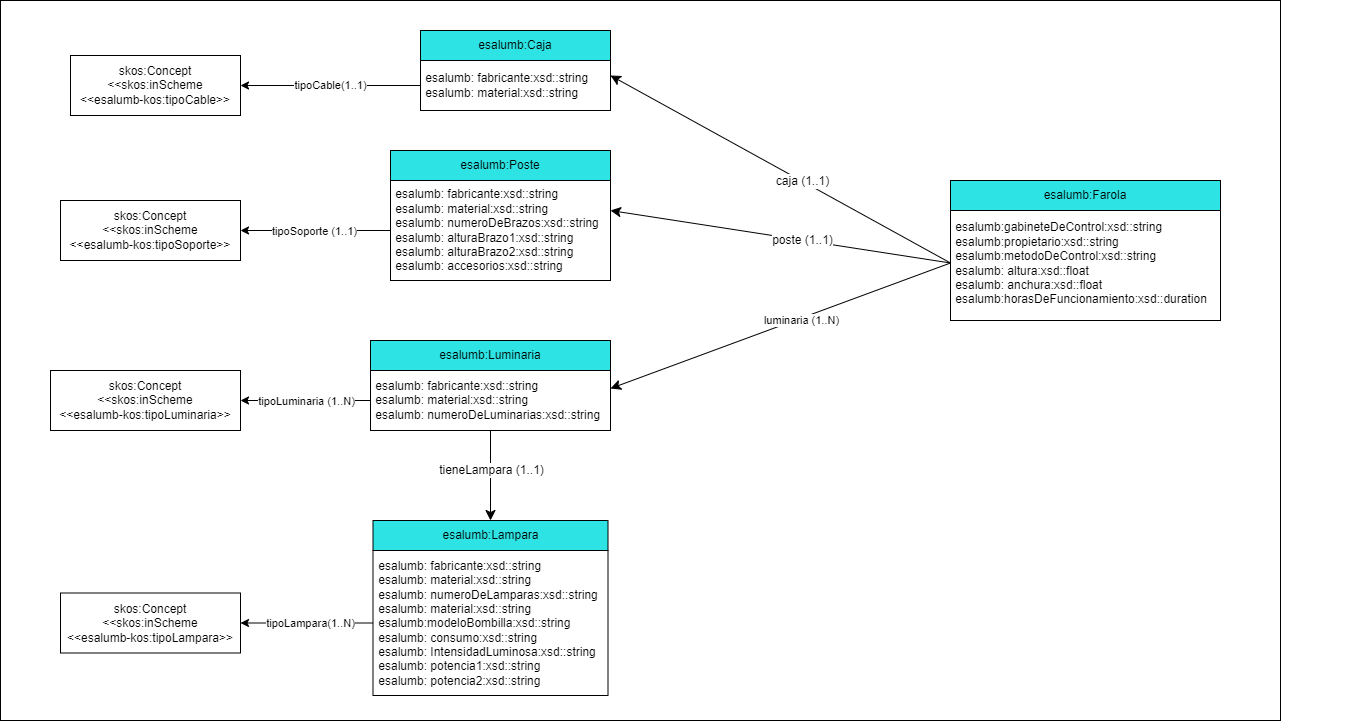
Before: resources/images/partes Farola.png, a diagram exported from draw.io (MMB99/Alumbrado). Source tidied: cells renumbered, new cells last; positions are measured from the earlier drawing's top-left corner, leaving out a move shared by most shapes.
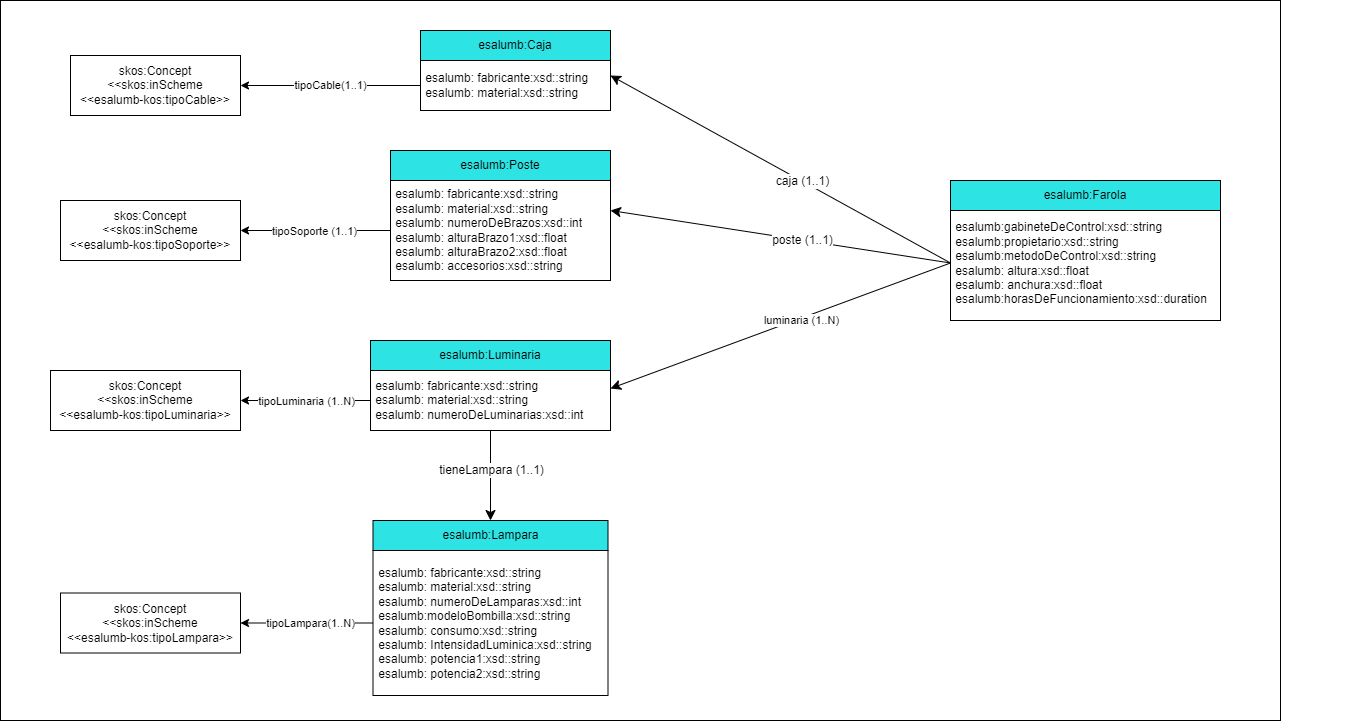
After the change.

Diff of the diagram source:
```diff
@@ -26,19 +26,19 @@
     <mxCell id="8" value="esalumb:Caja" style="rounded=0;whiteSpace=wrap;html=1;fillColor=#2DE3E3;" parent="1" vertex="1">
       <mxGeometry x="420" y="30" width="190" height="30" as="geometry" />
     </mxCell>
-    <mxCell id="9" value="&lt;div style=&quot;&quot;&gt;&lt;span style=&quot;background-color: initial;&quot;&gt;&amp;nbsp;esalumb: fabricante:xsd::string&lt;/span&gt;&lt;/div&gt;&lt;div style=&quot;&quot;&gt;&lt;span style=&quot;background-color: initial;&quot;&gt;&amp;nbsp;esalumb: material:xsd::string&lt;/span&gt;&lt;/div&gt;&lt;div style=&quot;&quot;&gt;&lt;span style=&quot;background-color: initial;&quot;&gt;&amp;nbsp;esalumb: numeroDeBrazos:xsd::string&lt;/span&gt;&lt;/div&gt;&lt;div style=&quot;&quot;&gt;&lt;span style=&quot;background-color: initial;&quot;&gt;&amp;nbsp;esalumb: alturaBrazo1:xsd::string&lt;/span&gt;&lt;/div&gt;&lt;div style=&quot;&quot;&gt;&lt;span style=&quot;background-color: initial;&quot;&gt;&amp;nbsp;esalumb: alturaBrazo2:xsd::string&lt;/span&gt;&lt;/div&gt;&lt;div style=&quot;&quot;&gt;&lt;span style=&quot;background-color: initial;&quot;&gt;&amp;nbsp;esalumb: accesorios:xsd::string&lt;/span&gt;&lt;/div&gt;" style="rounded=0;whiteSpace=wrap;html=1;snapToPoint=1;points=[[0.1,0],[0.2,0],[0.3,0],[0.4,0],[0.5,0],[0.6,0],[0.7,0],[0.8,0],[0.9,0],[0,0.1],[0,0.3],[0,0.5],[0,0.7],[0,0.9],[0.1,1],[0.2,1],[0.3,1],[0.4,1],[0.5,1],[0.6,1],[0.7,1],[0.8,1],[0.9,1],[1,0.1],[1,0.3],[1,0.5],[1,0.7],[1,0.9]];fillColor=#FFFFFF;align=left;" parent="1" vertex="1">
+    <mxCell id="9" value="&lt;div style=&quot;&quot;&gt;&lt;span style=&quot;background-color: initial;&quot;&gt;&amp;nbsp;esalumb: fabricante:xsd::string&lt;/span&gt;&lt;/div&gt;&lt;div style=&quot;&quot;&gt;&lt;span style=&quot;background-color: initial;&quot;&gt;&amp;nbsp;esalumb: material:xsd::string&lt;/span&gt;&lt;/div&gt;&lt;div style=&quot;&quot;&gt;&lt;span style=&quot;background-color: initial;&quot;&gt;&amp;nbsp;esalumb: numeroDeBrazos:xsd::int&lt;/span&gt;&lt;/div&gt;&lt;div style=&quot;&quot;&gt;&lt;span style=&quot;background-color: initial;&quot;&gt;&amp;nbsp;esalumb: alturaBrazo1:xsd::float&lt;/span&gt;&lt;/div&gt;&lt;div style=&quot;&quot;&gt;&lt;span style=&quot;background-color: initial;&quot;&gt;&amp;nbsp;esalumb: alturaBrazo2:xsd::float&lt;/span&gt;&lt;/div&gt;&lt;div style=&quot;&quot;&gt;&lt;span style=&quot;background-color: initial;&quot;&gt;&amp;nbsp;esalumb: accesorios:xsd::string&lt;/span&gt;&lt;/div&gt;" style="rounded=0;whiteSpace=wrap;html=1;snapToPoint=1;points=[[0.1,0],[0.2,0],[0.3,0],[0.4,0],[0.5,0],[0.6,0],[0.7,0],[0.8,0],[0.9,0],[0,0.1],[0,0.3],[0,0.5],[0,0.7],[0,0.9],[0.1,1],[0.2,1],[0.3,1],[0.4,1],[0.5,1],[0.6,1],[0.7,1],[0.8,1],[0.9,1],[1,0.1],[1,0.3],[1,0.5],[1,0.7],[1,0.9]];fillColor=#FFFFFF;align=left;" parent="1" vertex="1">
       <mxGeometry x="390" y="180" width="220" height="100" as="geometry" />
     </mxCell>
     <mxCell id="10" value="esalumb&lt;span&gt;:Poste&lt;/span&gt;" style="rounded=0;whiteSpace=wrap;html=1;fillColor=#2DE3E3;" parent="1" vertex="1">
       <mxGeometry x="390" y="150" width="220" height="30" as="geometry" />
     </mxCell>
-    <mxCell id="11" value="&lt;div style=&quot;&quot;&gt;&lt;span style=&quot;background-color: initial;&quot;&gt;&amp;nbsp;esalumb: fabricante:xsd::string&lt;/span&gt;&lt;/div&gt;&lt;div style=&quot;&quot;&gt;&lt;span style=&quot;background-color: initial;&quot;&gt;&amp;nbsp;esalumb: material:xsd::string&lt;/span&gt;&lt;/div&gt;&lt;div style=&quot;&quot;&gt;&lt;span style=&quot;background-color: initial;&quot;&gt;&amp;nbsp;esalumb: numeroDeLuminarias:xsd::string&lt;/span&gt;&lt;/div&gt;" style="rounded=0;whiteSpace=wrap;html=1;snapToPoint=1;points=[[0.1,0],[0.2,0],[0.3,0],[0.4,0],[0.5,0],[0.6,0],[0.7,0],[0.8,0],[0.9,0],[0,0.1],[0,0.3],[0,0.5],[0,0.7],[0,0.9],[0.1,1],[0.2,1],[0.3,1],[0.4,1],[0.5,1],[0.6,1],[0.7,1],[0.8,1],[0.9,1],[1,0.1],[1,0.3],[1,0.5],[1,0.7],[1,0.9]];fillColor=#FFFFFF;align=left;" parent="1" vertex="1">
+    <mxCell id="11" value="&lt;div style=&quot;&quot;&gt;&lt;span style=&quot;background-color: initial;&quot;&gt;&amp;nbsp;esalumb: fabricante:xsd::string&lt;/span&gt;&lt;/div&gt;&lt;div style=&quot;&quot;&gt;&lt;span style=&quot;background-color: initial;&quot;&gt;&amp;nbsp;esalumb: material:xsd::string&lt;/span&gt;&lt;/div&gt;&lt;div style=&quot;&quot;&gt;&lt;span style=&quot;background-color: initial;&quot;&gt;&amp;nbsp;esalumb: numeroDeLuminarias:xsd::int&lt;/span&gt;&lt;/div&gt;" style="rounded=0;whiteSpace=wrap;html=1;snapToPoint=1;points=[[0.1,0],[0.2,0],[0.3,0],[0.4,0],[0.5,0],[0.6,0],[0.7,0],[0.8,0],[0.9,0],[0,0.1],[0,0.3],[0,0.5],[0,0.7],[0,0.9],[0.1,1],[0.2,1],[0.3,1],[0.4,1],[0.5,1],[0.6,1],[0.7,1],[0.8,1],[0.9,1],[1,0.1],[1,0.3],[1,0.5],[1,0.7],[1,0.9]];fillColor=#FFFFFF;align=left;" parent="1" vertex="1">
       <mxGeometry x="370" y="370" width="240" height="60" as="geometry" />
     </mxCell>
     <mxCell id="12" value="esalumb&lt;span&gt;:Luminaria&lt;/span&gt;" style="rounded=0;whiteSpace=wrap;html=1;fillColor=#2DE3E3;" parent="1" vertex="1">
       <mxGeometry x="370" y="340" width="240" height="30" as="geometry" />
     </mxCell>
-    <mxCell id="13" value="&lt;div style=&quot;&quot;&gt;&lt;span style=&quot;background-color: initial;&quot;&gt;&amp;nbsp;esalumb: fabricante:xsd::string&lt;/span&gt;&lt;/div&gt;&lt;div style=&quot;&quot;&gt;&lt;span style=&quot;background-color: initial;&quot;&gt;&amp;nbsp;esalumb: material:xsd::string&lt;/span&gt;&lt;/div&gt;&lt;div style=&quot;&quot;&gt;&lt;span style=&quot;background-color: initial;&quot;&gt;&amp;nbsp;esalumb: numeroDeLamparas:xsd::string&lt;/span&gt;&lt;/div&gt;&lt;div style=&quot;&quot;&gt;&lt;span style=&quot;background-color: initial;&quot;&gt;&amp;nbsp;esalumb: material:xsd::string&lt;/span&gt;&lt;/div&gt;&lt;div style=&quot;&quot;&gt;&lt;span style=&quot;background-color: initial;&quot;&gt;&amp;nbsp;esalumb:modeloBombilla:xsd::string&lt;/span&gt;&lt;/div&gt;&lt;div style=&quot;&quot;&gt;&lt;span style=&quot;background-color: initial;&quot;&gt;&amp;nbsp;esalumb: consumo:xsd::string&lt;/span&gt;&lt;/div&gt;&lt;div style=&quot;&quot;&gt;&lt;span style=&quot;background-color: initial;&quot;&gt;&amp;nbsp;esalumb: IntensidadLuminosa:xsd::string&lt;/span&gt;&lt;/div&gt;&lt;div style=&quot;&quot;&gt;&lt;span style=&quot;background-color: initial;&quot;&gt;&amp;nbsp;esalumb: potencia1:xsd::string&lt;/span&gt;&lt;/div&gt;&lt;div style=&quot;&quot;&gt;&lt;span style=&quot;background-color: initial;&quot;&gt;&amp;nbsp;esalumb: potencia2:xsd::string&lt;/span&gt;&lt;/div&gt;" style="rounded=0;whiteSpace=wrap;html=1;snapToPoint=1;points=[[0.1,0],[0.2,0],[0.3,0],[0.4,0],[0.5,0],[0.6,0],[0.7,0],[0.8,0],[0.9,0],[0,0.1],[0,0.3],[0,0.5],[0,0.7],[0,0.9],[0.1,1],[0.2,1],[0.3,1],[0.4,1],[0.5,1],[0.6,1],[0.7,1],[0.8,1],[0.9,1],[1,0.1],[1,0.3],[1,0.5],[1,0.7],[1,0.9]];fillColor=#FFFFFF;align=left;" parent="1" vertex="1">
+    <mxCell id="13" value="&lt;div style=&quot;&quot;&gt;&lt;span style=&quot;background-color: initial;&quot;&gt;&amp;nbsp;esalumb: fabricante:xsd::string&lt;/span&gt;&lt;/div&gt;&lt;div style=&quot;&quot;&gt;&lt;span style=&quot;background-color: initial;&quot;&gt;&amp;nbsp;esalumb: material:xsd::string&lt;/span&gt;&lt;/div&gt;&lt;div style=&quot;&quot;&gt;&lt;span style=&quot;background-color: initial;&quot;&gt;&amp;nbsp;esalumb: numeroDeLamparas:xsd::int&lt;/span&gt;&lt;/div&gt;&lt;div style=&quot;&quot;&gt;&lt;span style=&quot;background-color: initial;&quot;&gt;&amp;nbsp;esalumb:modeloBombilla:xsd::string&lt;/span&gt;&lt;br&gt;&lt;/div&gt;&lt;div style=&quot;&quot;&gt;&lt;span style=&quot;background-color: initial;&quot;&gt;&amp;nbsp;esalumb: consumo:xsd::string&lt;/span&gt;&lt;/div&gt;&lt;div style=&quot;&quot;&gt;&lt;span style=&quot;background-color: initial;&quot;&gt;&amp;nbsp;esalumb: IntensidadLuminica:xsd::string&lt;/span&gt;&lt;/div&gt;&lt;div style=&quot;&quot;&gt;&lt;span style=&quot;background-color: initial;&quot;&gt;&amp;nbsp;esalumb: potencia1:xsd::string&lt;/span&gt;&lt;/div&gt;&lt;div style=&quot;&quot;&gt;&lt;span style=&quot;background-color: initial;&quot;&gt;&amp;nbsp;esalumb: potencia2:xsd::string&lt;/span&gt;&lt;/div&gt;" style="rounded=0;whiteSpace=wrap;html=1;snapToPoint=1;points=[[0.1,0],[0.2,0],[0.3,0],[0.4,0],[0.5,0],[0.6,0],[0.7,0],[0.8,0],[0.9,0],[0,0.1],[0,0.3],[0,0.5],[0,0.7],[0,0.9],[0.1,1],[0.2,1],[0.3,1],[0.4,1],[0.5,1],[0.6,1],[0.7,1],[0.8,1],[0.9,1],[1,0.1],[1,0.3],[1,0.5],[1,0.7],[1,0.9]];fillColor=#FFFFFF;align=left;" parent="1" vertex="1">
       <mxGeometry x="372.5" y="550" width="235" height="145" as="geometry" />
     </mxCell>
     <mxCell id="14" value="esalumb&lt;span&gt;:Lampara&lt;/span&gt;" style="rounded=0;whiteSpace=wrap;html=1;snapToPoint=1;points=[[0.1,0],[0.2,0],[0.3,0],[0.4,0],[0.5,0],[0.6,0],[0.7,0],[0.8,0],[0.9,0],[0,0.1],[0,0.3],[0,0.5],[0,0.7],[0,0.9],[0.1,1],[0.2,1],[0.3,1],[0.4,1],[0.5,1],[0.6,1],[0.7,1],[0.8,1],[0.9,1],[1,0.1],[1,0.3],[1,0.5],[1,0.7],[1,0.9]];fillColor=#2DE3E3;" parent="1" vertex="1">
```
